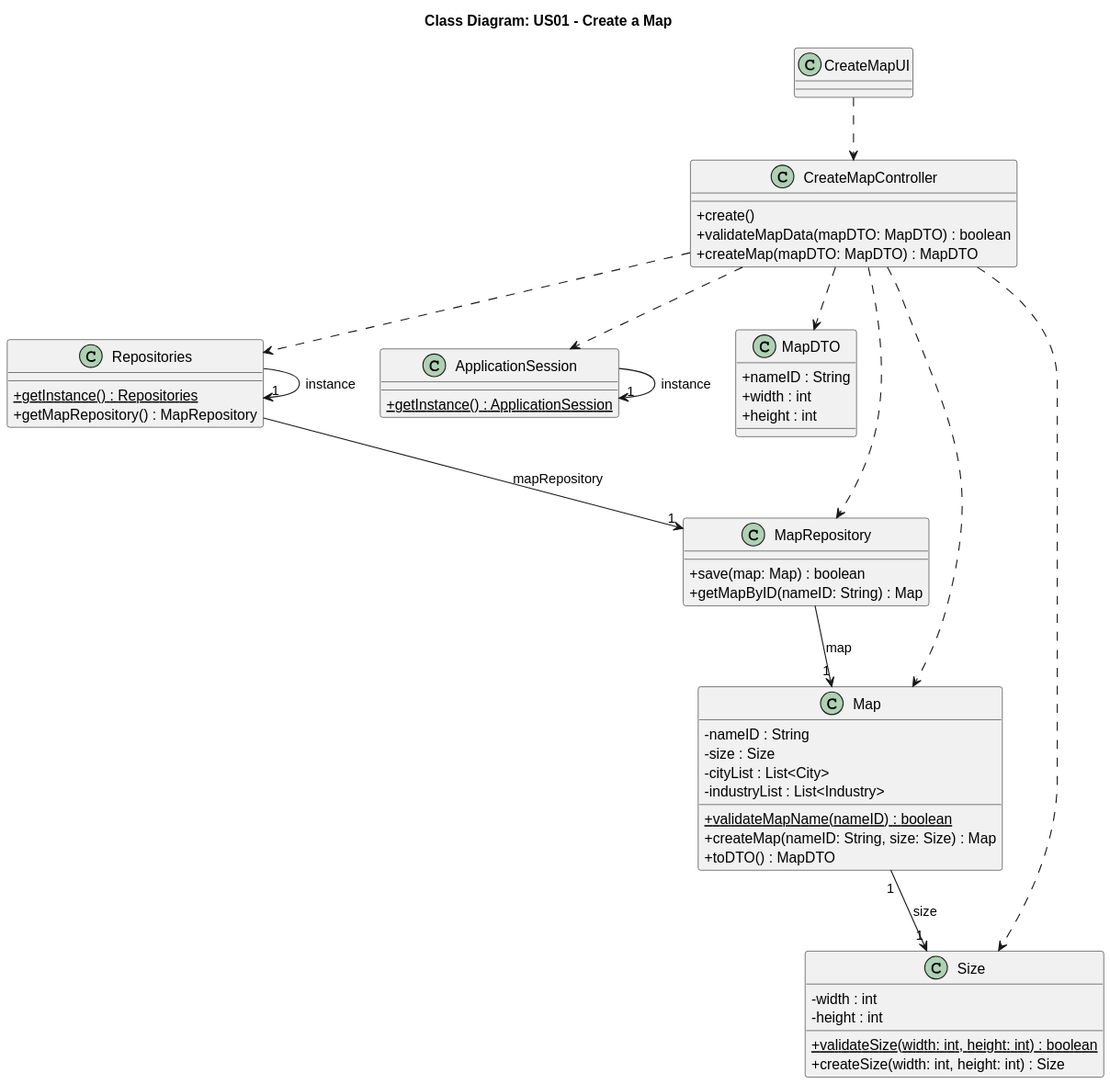
This is docs/system-documentation/Sprint 3/US01/03.design/svg/US01-CD.svg from HenriqueSilva18/Railway-Network-Simulator, a PlantUML export, as it was before one commit.
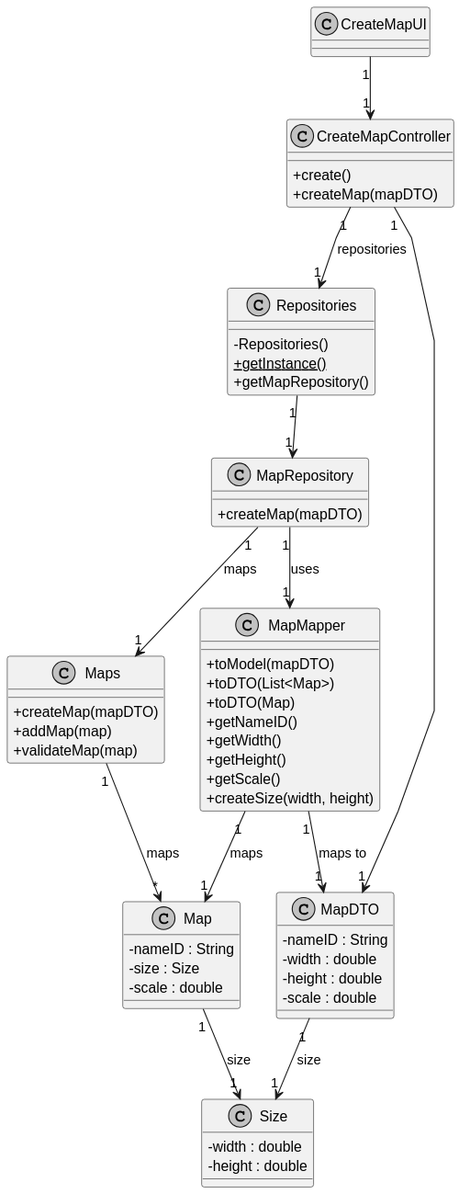
The same file after the commit.

Change to the diagram source:
```diff
@@ -1,76 +1,79 @@
 @startuml
+skinparam monochrome true
 skinparam packageStyle rectangle
 skinparam shadowing false
+skinparam linetype polyline
+
 skinparam classAttributeIconSize 0
-
-title Class Diagram: US01 - Create a Map
 
 class CreateMapUI {
 }
 
 class CreateMapController {
     + create()
-    + validateMapData(mapDTO: MapDTO) : boolean
-    + createMap(mapDTO: MapDTO) : MapDTO
+    + createMap(mapDTO)
+}
+
+class Repositories {
+    - Repositories()
+    + {static} getInstance()
+    + getMapRepository()
+}
+
+class MapRepository {
+    + createMap(mapDTO)
+}
+
+class Maps {
+    + createMap(mapDTO)
+    + addMap(map)
+    + validateMap(map)
+}
+
+class Map {
+    - nameID : String
+    - size : Size
+    - scale : double
+}
+
+class Size {
+    - width : double
+    - height : double
 }
 
 class MapDTO {
-        + nameID : String
-    + width : int
-    + height : int
+    - nameID : String
+    - width : double
+    - height : double
+    - scale : double
 }
 
-
-
-    class Map {
-        - nameID : String
-        - size : Size
-        - cityList : List<City>
-        - industryList : List<Industry>
-
-        + {static} validateMapName(nameID) : boolean
-        + createMap(nameID: String, size: Size) : Map
-        + toDTO() : MapDTO
-    }
-
-class Size {
-    - width : int
-    - height : int
-
-    + {static} validateSize(width: int, height: int) : boolean
-    + createSize(width: int, height: int) : Size
+class MapMapper {
+    + toModel(mapDTO)
+    + toDTO(List<Map>)
+    + toDTO(Map)
+    + getNameID()
+    + getWidth()
+    + getHeight()
+    + getScale()
+    + createSize(width, height)
 }
 
+CreateMapUI "1" --> "1" CreateMapController
+CreateMapController "1" --> "1" Repositories : repositories
+CreateMapController "1" --> "1" MapDTO
 
+Repositories "1" --> "1" MapRepository
 
-    class MapRepository {
-        + save(map: Map) : boolean
-        + getMapByID(nameID: String) : Map
-    }
-
-    class Repositories {
-        + {static} getInstance() : Repositories
-        + getMapRepository() : MapRepository
-    }
-
-    class ApplicationSession {
-        + {static} getInstance() : ApplicationSession
-    }
-
-
-CreateMapUI ..> CreateMapController
-CreateMapController ..> MapDTO
-CreateMapController ..> MapRepository
-CreateMapController ..> Repositories
-CreateMapController ..> ApplicationSession
-CreateMapController ..> Map
-CreateMapController ..> Size
+MapRepository "1" --> "1" Maps : maps
+Maps "1" --> "*" Map : maps
 
 Map "1" --> "1" Size : size
-MapRepository --> "1" Map : map
 
-Repositories -> "1" Repositories : instance
-Repositories --> "1" MapRepository : mapRepository
+MapDTO "1" --> "1" Size : size
 
-ApplicationSession -> "1" ApplicationSession : instance
+MapMapper "1" --> "1" Map : maps
+MapMapper "1" --> "1" MapDTO : maps to
+
+MapRepository "1" --> "1" MapMapper : uses
 @enduml
```
